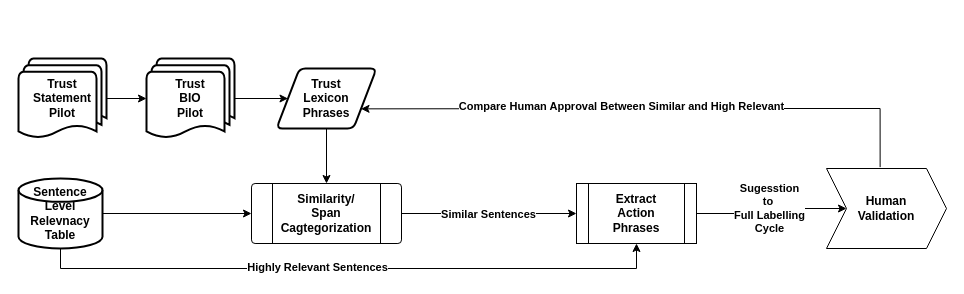
This is Trust_Lexicon.drawio from travel-code-sleep/darw_io_diagrams, a draw.io file, before an edit. Source tidied: cells renumbered, new cells numbered last; positions are measured from the earlier drawing's top-left corner, leaving out a move shared by most shapes. Both pictures are drawn from the tidied source at 100%, with x=0, y=0 at pixel (18, 58).
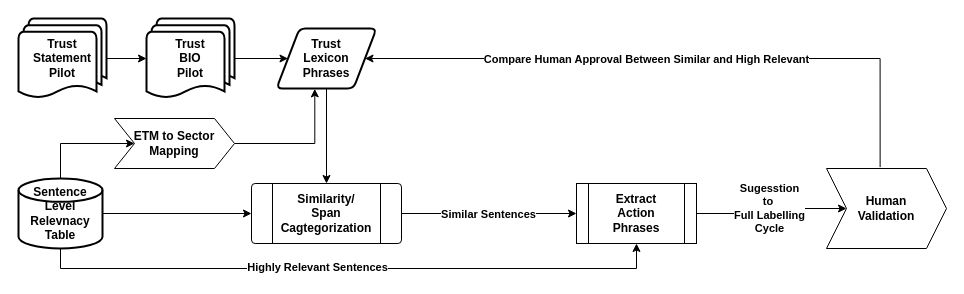
Above is the later version.

Unchanged cells that the change refers to:
```xml
<mxCell id="14" value="&lt;span&gt;Sentence&lt;br&gt;Level&lt;br&gt;Relevnacy&lt;br&gt;Table&lt;/span&gt;" style="strokeWidth=2;html=1;shape=mxgraph.flowchart.database;whiteSpace=wrap;fontStyle=1;" parent="1" vertex="1">
  <mxGeometry y="120" width="84" height="70" as="geometry" />
</mxCell>
<mxCell id="21" value="Human &lt;br&gt;Validation" style="shape=step;perimeter=stepPerimeter;whiteSpace=wrap;html=1;fixedSize=1;fontStyle=1;" parent="1" vertex="1">
  <mxGeometry x="808" y="110" width="120" height="80" as="geometry" />
</mxCell>
```

The edit, as a diff of the source:
```diff
@@
     <mxCell id="3" value="Trust&lt;br&gt;Lexicon&lt;br&gt;Phrases" style="shape=parallelogram;html=1;strokeWidth=2;perimeter=parallelogramPerimeter;whiteSpace=wrap;rounded=1;arcSize=12;size=0.23;fontStyle=1;" parent="1" vertex="1">
-      <mxGeometry x="258" y="10" width="100" height="60" as="geometry" />
+      <mxGeometry x="258" y="-30" width="100" height="60" as="geometry" />
     </mxCell>
@@
     <mxCell id="8" value="Trust &lt;br&gt;Statement&lt;br&gt;Pilot" style="strokeWidth=2;html=1;shape=mxgraph.flowchart.multi-document;whiteSpace=wrap;fontStyle=1;" parent="1" vertex="1">
-      <mxGeometry width="88" height="80" as="geometry" />
+      <mxGeometry y="-40" width="88" height="80" as="geometry" />
     </mxCell>
@@
     <mxCell id="10" value="Trust &lt;br&gt;BIO&lt;br&gt;Pilot" style="strokeWidth=2;html=1;shape=mxgraph.flowchart.multi-document;whiteSpace=wrap;fontStyle=1;" parent="1" vertex="1">
-      <mxGeometry x="128" width="88" height="80" as="geometry" />
+      <mxGeometry x="128" y="-40" width="88" height="80" as="geometry" />
     </mxCell>
@@
+    <mxCell id="22" style="edgeStyle=orthogonalEdgeStyle;rounded=0;jettySize=auto;html=1;exitX=0.5;exitY=0;exitDx=0;exitDy=0;exitPerimeter=0;entryX=0;entryY=0.5;entryDx=0;entryDy=0;" parent="1" edge="1" source="14" target="24">
+      <mxGeometry relative="1" as="geometry">
+        <Array as="points">
+          <mxPoint x="42" y="85" />
+        </Array>
+      </mxGeometry>
+    </mxCell>
@@
-    <mxCell id="16" style="edgeStyle=orthogonalEdgeStyle;rounded=0;jettySize=auto;html=1;exitX=0.447;exitY=-0.017;exitDx=0;exitDy=0;entryX=1;entryY=0.75;entryDx=0;entryDy=0;exitPerimeter=0;fontStyle=1;" parent="1" edge="1" source="21" target="3">
+    <mxCell id="16" style="edgeStyle=orthogonalEdgeStyle;rounded=0;jettySize=auto;html=1;exitX=0.447;exitY=-0.017;exitDx=0;exitDy=0;entryX=1;entryY=0.5;entryDx=0;entryDy=0;exitPerimeter=0;fontStyle=1;" parent="1" edge="1" source="21" target="3">
       <mxGeometry relative="1" as="geometry">
         <Array as="points">
-          <mxPoint x="692" y="50" />
-          <mxPoint x="508" y="50" />
+          <mxPoint x="862" />
         </Array>
       </mxGeometry>
     </mxCell>
     <mxCell id="17" value="Compare Human Approval Between Similar and High Relevant" style="edgeLabel;html=1;align=center;verticalAlign=middle;fontStyle=1;" parent="16" vertex="1">
-      <mxGeometry x="0.1" y="-3" relative="1" as="geometry" />
+      <mxGeometry x="0.1" y="-3" relative="1" as="geometry">
+        <mxPoint y="3" as="offset" />
+      </mxGeometry>
     </mxCell>
@@
+    <mxCell id="23" style="edgeStyle=orthogonalEdgeStyle;rounded=0;jettySize=auto;html=1;exitX=1;exitY=0.5;exitDx=0;exitDy=0;entryX=0.383;entryY=1.006;entryDx=0;entryDy=0;entryPerimeter=0;" parent="1" edge="1" source="24" target="3">
+      <mxGeometry relative="1" as="geometry" />
+    </mxCell>
+    <mxCell id="24" value="&lt;b&gt;ETM to Sector&lt;br&gt;Mapping&lt;/b&gt;" style="shape=step;perimeter=stepPerimeter;whiteSpace=wrap;html=1;fixedSize=1;" parent="1" vertex="1">
+      <mxGeometry x="96" y="60" width="120" height="50" as="geometry" />
+    </mxCell>
```
